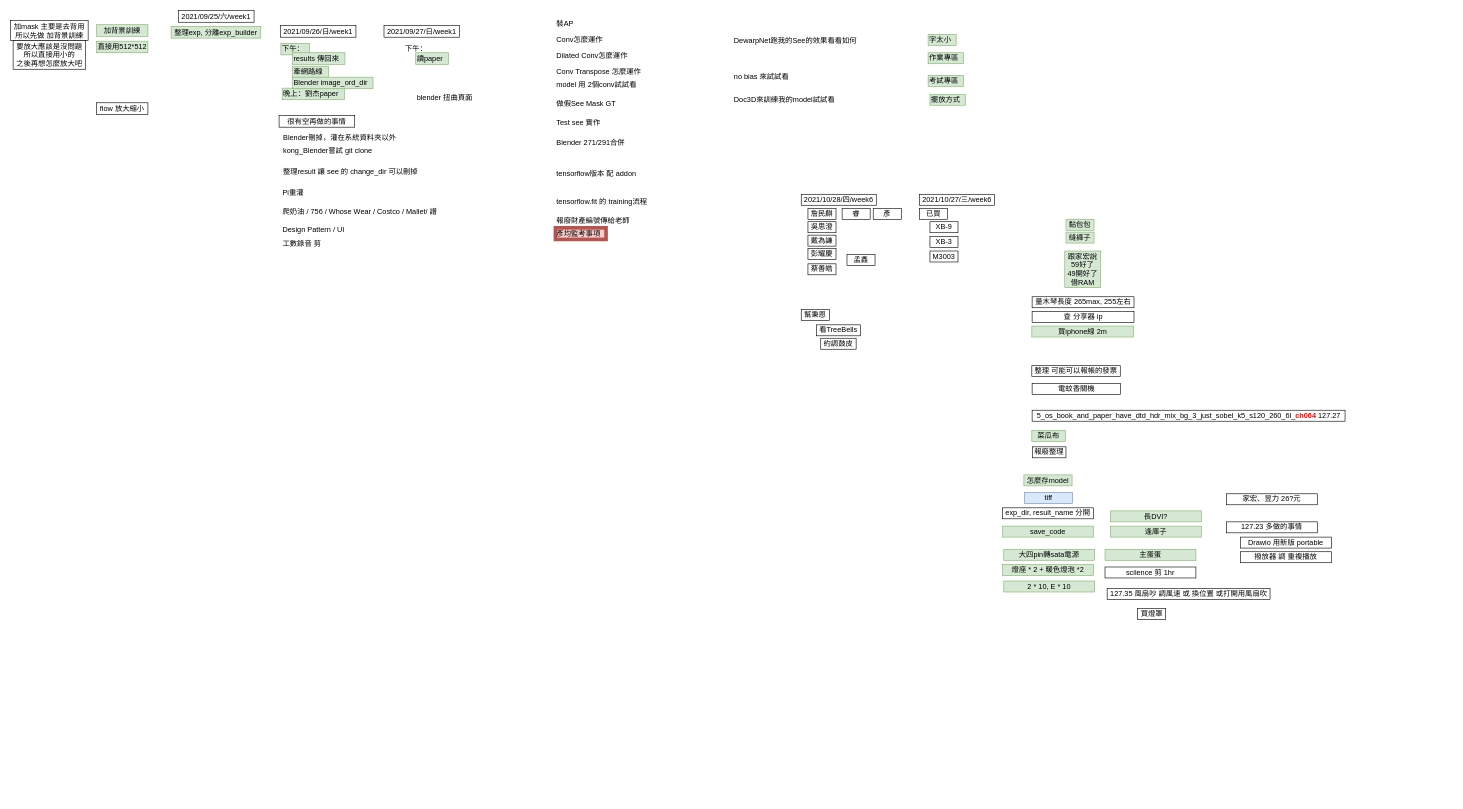
The draw.io diagram 要做的事情.drawio in KongBOy/kong_model2, before the edit. Source tidied: cells renumbered, new cells numbered last; positions are measured from the earlier drawing's top-left corner, leaving out a move shared by most shapes. Both pictures are drawn from the tidied source at 61%, with x=0, y=0 at pixel (10, 10).
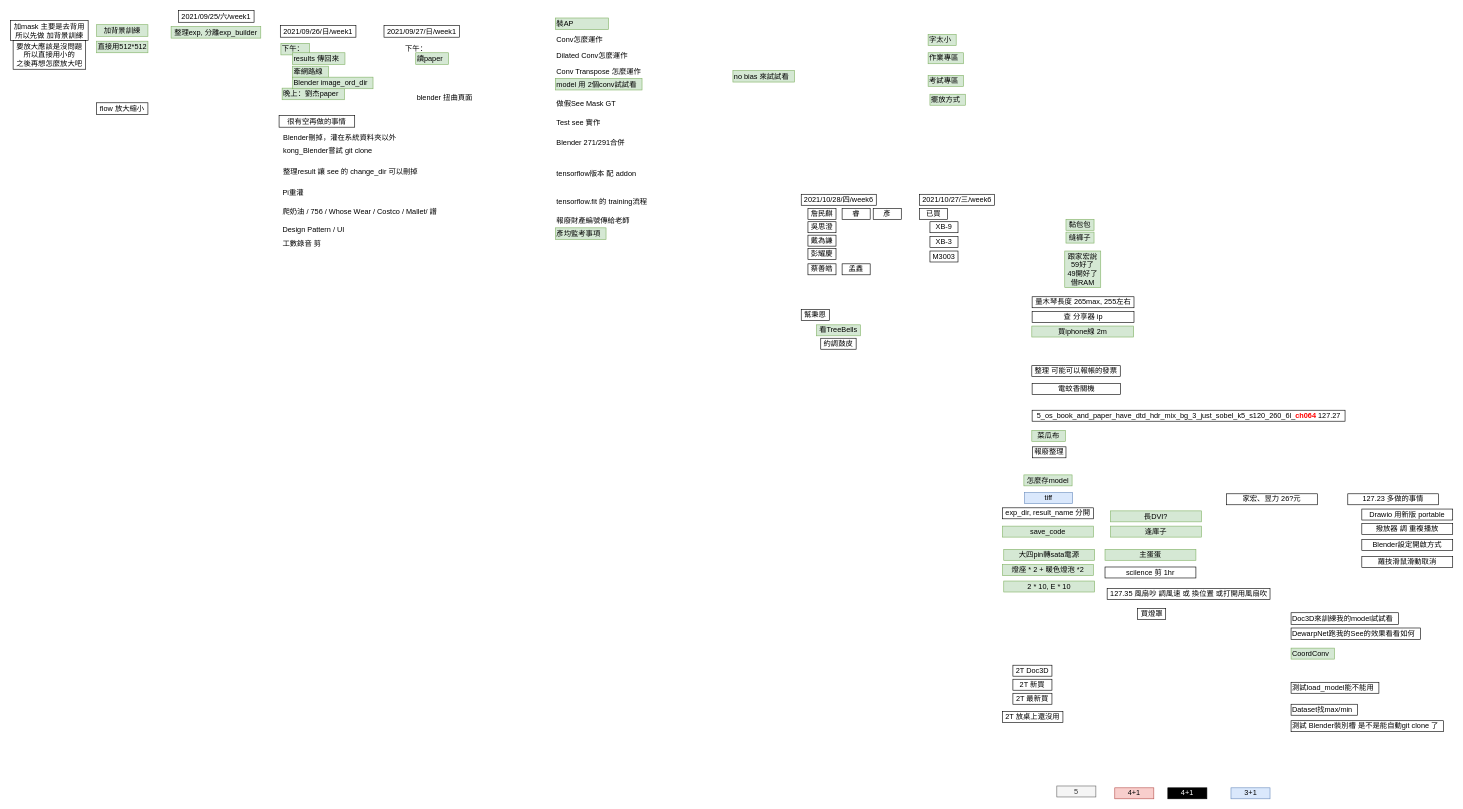
The same diagram, later.

The edit, as a diff of the source:
```diff
@@
-    <mxCell id="23" value="model 用 2個conv試試看" style="rounded=0;whiteSpace=wrap;html=1;align=left;strokeColor=none;fillColor=none;" parent="1" vertex="1">
+    <mxCell id="23" value="model 用 2個conv試試看" style="rounded=0;whiteSpace=wrap;html=1;align=left;strokeColor=#82b366;fillColor=#d5e8d4;" parent="1" vertex="1">
       <mxGeometry x="893" y="111" width="142" height="19" as="geometry" />
     </mxCell>
@@
-    <mxCell id="37" value="彥均監考事項" style="rounded=0;whiteSpace=wrap;html=1;align=left;strokeColor=#b85450;fillColor=#f8cecc;strokeWidth=6;" parent="1" vertex="1">
+    <mxCell id="37" value="彥均監考事項" style="rounded=0;whiteSpace=wrap;html=1;align=left;strokeColor=#82b366;fillColor=#d5e8d4;strokeWidth=1;" parent="1" vertex="1">
       <mxGeometry x="893" y="356" width="83" height="19" as="geometry" />
     </mxCell>
-    <mxCell id="38" value="DewarpNet跑我的See的效果看看如何" style="rounded=0;whiteSpace=wrap;html=1;align=left;strokeColor=none;fillColor=none;" parent="1" vertex="1">
-      <mxGeometry x="1184" y="40" width="212" height="19" as="geometry" />
+    <mxCell id="38" value="DewarpNet跑我的See的效果看看如何" style="rounded=0;whiteSpace=wrap;html=1;align=left;" parent="1" vertex="1">
+      <mxGeometry x="2099" y="1012" width="212" height="19" as="geometry" />
     </mxCell>
-    <mxCell id="39" value="Doc3D來訓練我的model試試看" style="rounded=0;whiteSpace=wrap;html=1;align=left;strokeColor=none;fillColor=none;" parent="1" vertex="1">
-      <mxGeometry x="1184" y="136" width="176" height="19" as="geometry" />
+    <mxCell id="39" value="Doc3D來訓練我的model試試看" style="rounded=0;whiteSpace=wrap;html=1;align=left;" parent="1" vertex="1">
+      <mxGeometry x="2099" y="987" width="176" height="19" as="geometry" />
     </mxCell>
-    <mxCell id="40" value="no bias 來試試看" style="rounded=0;whiteSpace=wrap;html=1;align=left;strokeColor=none;fillColor=none;" parent="1" vertex="1">
+    <mxCell id="40" value="no bias 來試試看" style="rounded=0;whiteSpace=wrap;html=1;align=left;strokeColor=#82b366;fillColor=#d5e8d4;" parent="1" vertex="1">
       <mxGeometry x="1184" y="98" width="101" height="19" as="geometry" />
     </mxCell>
-    <mxCell id="41" value="裝AP" style="rounded=0;whiteSpace=wrap;html=1;align=left;strokeColor=none;fillColor=none;" parent="1" vertex="1">
+    <mxCell id="41" value="裝AP" style="rounded=0;whiteSpace=wrap;html=1;align=left;strokeColor=#82b366;fillColor=#d5e8d4;" parent="1" vertex="1">
       <mxGeometry x="893" y="12" width="87" height="19" as="geometry" />
     </mxCell>
@@
-    <mxCell id="56" value="看TreeBells" style="rounded=0;whiteSpace=wrap;html=1;" parent="1" vertex="1">
+    <mxCell id="56" value="看TreeBells" style="rounded=0;whiteSpace=wrap;html=1;fillColor=#d5e8d4;strokeColor=#82b366;" parent="1" vertex="1">
       <mxGeometry x="1321" y="515" width="72" height="18" as="geometry" />
     </mxCell>
@@
     <mxCell id="70" value="孟鑫" style="rounded=0;whiteSpace=wrap;html=1;" parent="1" vertex="1">
-      <mxGeometry x="1371" y="400" width="46" height="18" as="geometry" />
+      <mxGeometry x="1363" y="415" width="46" height="18" as="geometry" />
     </mxCell>
@@
     <mxCell id="86" value="127.23 多做的事情" style="rounded=0;whiteSpace=wrap;html=1;" parent="1" vertex="1">
-      <mxGeometry x="1993" y="838" width="149" height="18" as="geometry" />
+      <mxGeometry x="2192" y="792" width="149" height="18" as="geometry" />
     </mxCell>
     <mxCell id="87" value="Drawio 用新版 portable" style="rounded=0;whiteSpace=wrap;html=1;" parent="1" vertex="1">
-      <mxGeometry x="2016" y="863" width="149" height="18" as="geometry" />
+      <mxGeometry x="2215" y="817" width="149" height="18" as="geometry" />
     </mxCell>
@@
     <mxCell id="90" value="撥放器 調 重複播放" style="rounded=0;whiteSpace=wrap;html=1;" parent="1" vertex="1">
-      <mxGeometry x="2016" y="887" width="149" height="18" as="geometry" />
+      <mxGeometry x="2215" y="841" width="149" height="18" as="geometry" />
     </mxCell>
+    <mxCell id="91" value="2T Doc3D" style="rounded=0;whiteSpace=wrap;html=1;" parent="1" vertex="1">
+      <mxGeometry x="1643" y="1073" width="64" height="18" as="geometry" />
+    </mxCell>
+    <mxCell id="92" value="2T 新買" style="rounded=0;whiteSpace=wrap;html=1;" parent="1" vertex="1">
+      <mxGeometry x="1643" y="1096" width="64" height="18" as="geometry" />
+    </mxCell>
+    <mxCell id="93" value="2T 最新買" style="rounded=0;whiteSpace=wrap;html=1;" parent="1" vertex="1">
+      <mxGeometry x="1643" y="1119" width="64" height="18" as="geometry" />
+    </mxCell>
+    <mxCell id="94" value="2T 放桌上還沒用&lt;br&gt;" style="rounded=0;whiteSpace=wrap;html=1;" parent="1" vertex="1">
+      <mxGeometry x="1626" y="1149" width="99" height="18" as="geometry" />
+    </mxCell>
+    <mxCell id="95" value="5" style="rounded=0;whiteSpace=wrap;html=1;fillColor=#f5f5f5;strokeColor=#666666;fontColor=#333333;" parent="1" vertex="1">
+      <mxGeometry x="1715" y="1271" width="64" height="18" as="geometry" />
+    </mxCell>
+    <mxCell id="96" value="4+1" style="rounded=0;whiteSpace=wrap;html=1;fillColor=#f8cecc;strokeColor=#b85450;" parent="1" vertex="1">
+      <mxGeometry x="1810" y="1274" width="64" height="18" as="geometry" />
+    </mxCell>
+    <mxCell id="97" value="4+1" style="rounded=0;whiteSpace=wrap;html=1;fillColor=#000000;fontColor=#FFFFFF;" parent="1" vertex="1">
+      <mxGeometry x="1897" y="1274" width="64" height="18" as="geometry" />
+    </mxCell>
+    <mxCell id="98" value="3+1" style="rounded=0;whiteSpace=wrap;html=1;fillColor=#dae8fc;strokeColor=#6c8ebf;" parent="1" vertex="1">
+      <mxGeometry x="2000.5" y="1274" width="64" height="18" as="geometry" />
+    </mxCell>
+    <mxCell id="99" value="Blender設定開啟方式" style="rounded=0;whiteSpace=wrap;html=1;" parent="1" vertex="1">
+      <mxGeometry x="2215" y="867" width="149" height="18" as="geometry" />
+    </mxCell>
+    <mxCell id="100" value="CoordConv" style="rounded=0;whiteSpace=wrap;html=1;align=left;fillColor=#d5e8d4;strokeColor=#82b366;" parent="1" vertex="1">
+      <mxGeometry x="2099" y="1045" width="71" height="18" as="geometry" />
+    </mxCell>
+    <mxCell id="101" value="Dataset找max/min" style="rounded=0;whiteSpace=wrap;html=1;align=left;" parent="1" vertex="1">
+      <mxGeometry x="2099" y="1137" width="109" height="18" as="geometry" />
+    </mxCell>
+    <mxCell id="102" value="測試load_model能不能用" style="rounded=0;whiteSpace=wrap;html=1;align=left;" parent="1" vertex="1">
+      <mxGeometry x="2099" y="1101" width="144" height="18" as="geometry" />
+    </mxCell>
+    <mxCell id="103" value="羅技滑鼠滑動取消" style="rounded=0;whiteSpace=wrap;html=1;" parent="1" vertex="1">
+      <mxGeometry x="2215" y="895" width="149" height="18" as="geometry" />
+    </mxCell>
+    <mxCell id="104" value="測試 Blender裝別槽 是不是能自動git clone 了" style="rounded=0;whiteSpace=wrap;html=1;align=left;" parent="1" vertex="1">
+      <mxGeometry x="2099" y="1164" width="250" height="18" as="geometry" />
+    </mxCell>
```
